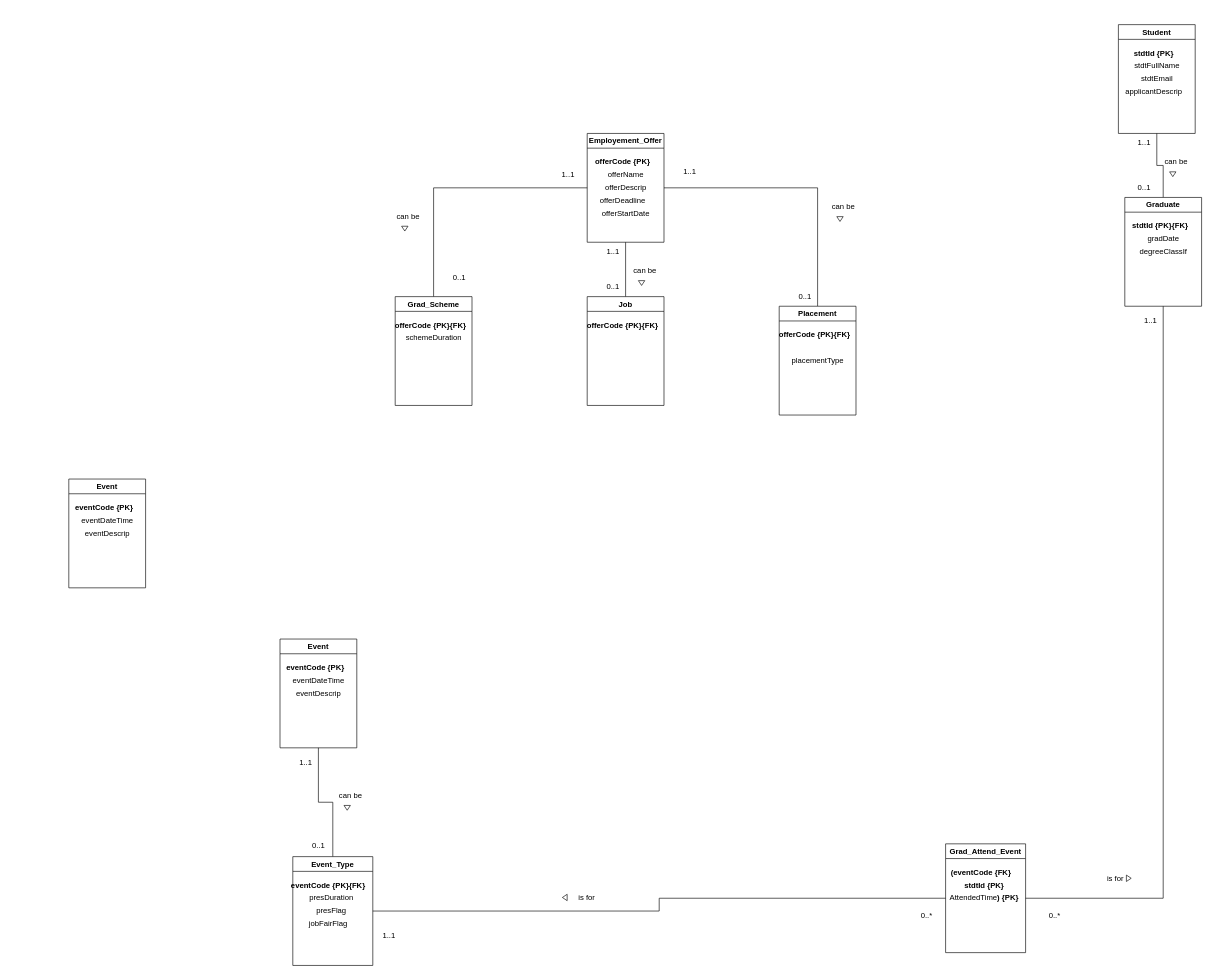
Above: futuro-conceptual-erd.drawio in Rumeasiyan/database-systems-IIT-Sri-Lanka (draw.io), before the change. Source tidied: cells renumbered, new cells numbered last; positions are measured from the earlier drawing's top-left corner, leaving out a move shared by most shapes. Both pictures are drawn from the tidied source at 64%, with x=0, y=0 at pixel (68, 24).
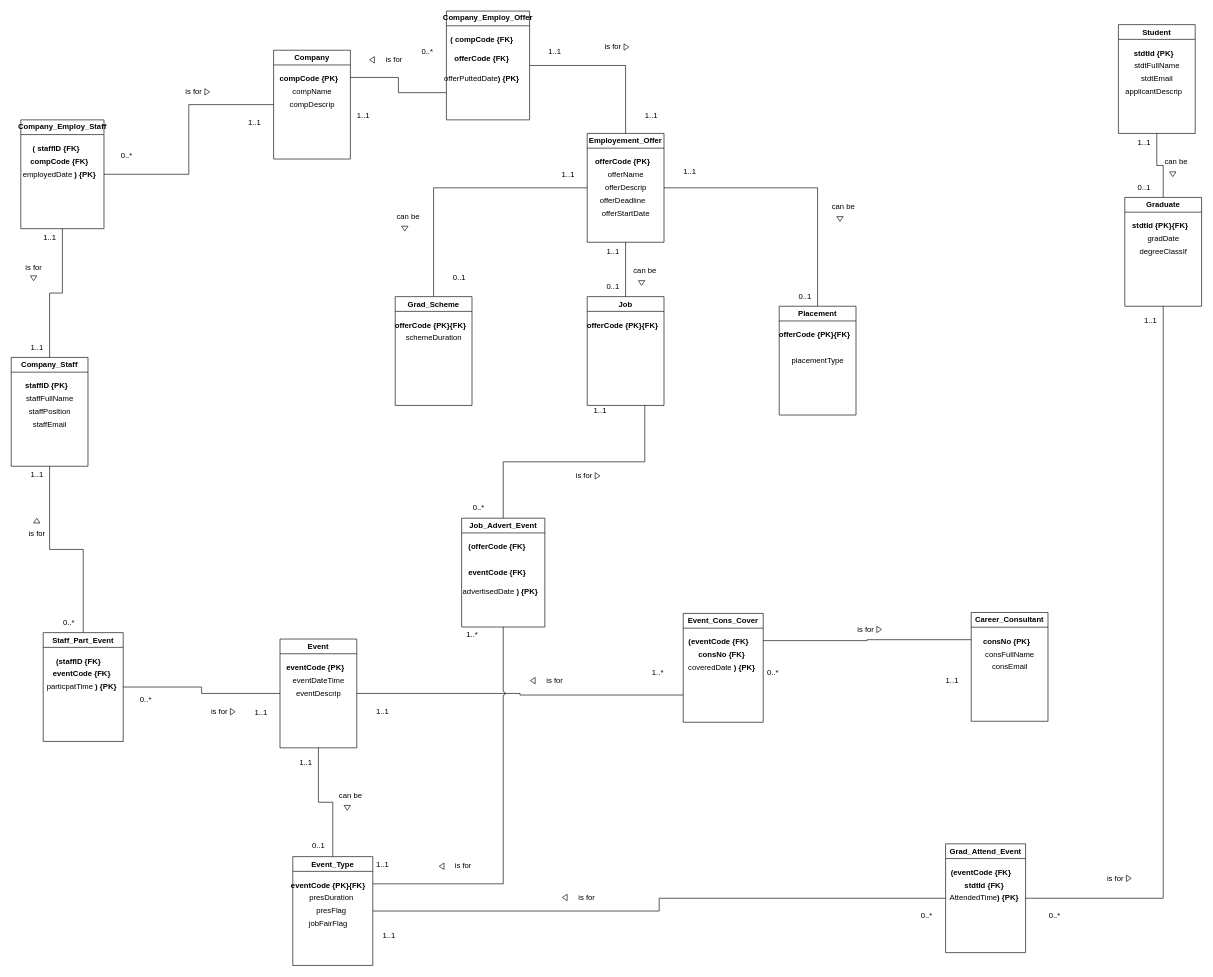
The same page after the edit.

Unchanged cells that the change refers to:
```xml
<mxCell id="19" value="Employement_Offer" style="swimlane;whiteSpace=wrap;html=1;" parent="1" vertex="1">
  <mxGeometry x="810" y="170" width="120" height="170" as="geometry" />
</mxCell>
<mxCell id="28" value="Job" style="swimlane;whiteSpace=wrap;html=1;" parent="1" vertex="1">
  <mxGeometry x="810" y="425" width="120" height="170" as="geometry" />
</mxCell>
<mxCell id="46" value="Event" style="swimlane;whiteSpace=wrap;html=1;" parent="1" vertex="1">
  <mxGeometry x="330" y="960" width="120" height="170" as="geometry" />
</mxCell>
<mxCell id="51" value="Event_Type" style="swimlane;whiteSpace=wrap;html=1;" parent="1" vertex="1">
  <mxGeometry x="350" y="1300" width="125" height="170" as="geometry" />
</mxCell>
<mxCell id="61" value="Grad_Attend_Event" style="swimlane;whiteSpace=wrap;html=1;" parent="1" vertex="1">
  <mxGeometry x="1370" y="1280" width="125" height="170" as="geometry" />
</mxCell>
```

The edit, as a diff of the source:
```diff
@@
+    <mxCell id="77" style="edgeStyle=orthogonalEdgeStyle;rounded=0;jettySize=auto;html=1;exitX=1;exitY=0.5;exitDx=0;exitDy=0;entryX=0;entryY=0.75;entryDx=0;entryDy=0;endArrow=none;endFill=0;jumpStyle=arc;" parent="1" edge="1" source="46" target="99">
+      <mxGeometry relative="1" as="geometry" />
+    </mxCell>
@@
+    <mxCell id="78" style="edgeStyle=orthogonalEdgeStyle;rounded=0;jettySize=auto;html=1;exitX=1;exitY=0.25;exitDx=0;exitDy=0;entryX=0.5;entryY=1;entryDx=0;entryDy=0;endArrow=none;endFill=0;jumpStyle=arc;" parent="1" edge="1" source="51" target="112">
+      <mxGeometry relative="1" as="geometry" />
+    </mxCell>
@@
-    <mxCell id="63" value="&lt;b style=&quot;border-color: var(--border-color);&quot;&gt;stdtId {PK}&lt;/b&gt;" style="text;html=1;align=center;verticalAlign=middle;strokeColor=none;fillColor=none;" parent="61" vertex="1">
-      <mxGeometry x="15" y="50" width="90" height="30" as="geometry" />
+    <mxCell id="63" value="&lt;b style=&quot;border-color: var(--border-color);&quot;&gt;stdtId {FK}&lt;/b&gt;" style="text;html=1;align=center;verticalAlign=middle;strokeColor=none;fillColor=none;" parent="61" vertex="1">
+      <mxGeometry x="20" y="50" width="80" height="30" as="geometry" />
     </mxCell>
@@
-    <mxCell id="73" value="Event" style="swimlane;whiteSpace=wrap;html=1;" parent="1" vertex="1">
-      <mxGeometry y="710" width="120" height="170" as="geometry" />
+    <mxCell id="73" value="Company_Staff" style="swimlane;whiteSpace=wrap;html=1;" parent="1" vertex="1">
+      <mxGeometry x="-90" y="520" width="120" height="170" as="geometry" />
     </mxCell>
-    <mxCell id="74" value="&lt;b&gt;eventCode {PK}&lt;/b&gt;" style="text;html=1;align=center;verticalAlign=middle;strokeColor=none;fillColor=none;" parent="73" vertex="1">
-      <mxGeometry y="30" width="110" height="30" as="geometry" />
+    <mxCell id="74" value="&lt;b&gt;staffID {PK}&lt;/b&gt;" style="text;html=1;align=center;verticalAlign=middle;strokeColor=none;fillColor=none;" parent="73" vertex="1">
+      <mxGeometry x="10" y="30" width="90" height="30" as="geometry" />
     </mxCell>
-    <mxCell id="75" value="eventDateTime" style="text;html=1;align=center;verticalAlign=middle;strokeColor=none;fillColor=none;" parent="73" vertex="1">
+    <mxCell id="75" value="staffFullName" style="text;html=1;align=center;verticalAlign=middle;strokeColor=none;fillColor=none;" parent="73" vertex="1">
       <mxGeometry x="10" y="50" width="100" height="30" as="geometry" />
     </mxCell>
-    <mxCell id="76" value="eventDescrip" style="text;html=1;align=center;verticalAlign=middle;strokeColor=none;fillColor=none;" parent="73" vertex="1">
+    <mxCell id="76" value="staffPosition" style="text;html=1;align=center;verticalAlign=middle;strokeColor=none;fillColor=none;" parent="73" vertex="1">
       <mxGeometry x="15" y="70" width="90" height="30" as="geometry" />
     </mxCell>
+    <mxCell id="79" value="staffEmail" style="text;html=1;align=center;verticalAlign=middle;strokeColor=none;fillColor=none;" parent="73" vertex="1">
+      <mxGeometry x="20" y="90" width="80" height="30" as="geometry" />
+    </mxCell>
+    <mxCell id="80" style="edgeStyle=orthogonalEdgeStyle;rounded=0;jettySize=auto;html=1;exitX=0.5;exitY=0;exitDx=0;exitDy=0;entryX=0.5;entryY=1;entryDx=0;entryDy=0;endArrow=none;endFill=0;jumpStyle=arc;" parent="1" edge="1" source="81" target="73">
+      <mxGeometry relative="1" as="geometry" />
+    </mxCell>
+    <mxCell id="81" value="Staff_Part_Event" style="swimlane;whiteSpace=wrap;html=1;startSize=23;" parent="1" vertex="1">
+      <mxGeometry x="-40" y="950" width="125" height="170" as="geometry" />
+    </mxCell>
+    <mxCell id="82" value="&lt;b&gt;(staffID {FK}&lt;/b&gt;" style="text;html=1;align=center;verticalAlign=middle;strokeColor=none;fillColor=none;" parent="81" vertex="1">
+      <mxGeometry x="10" y="30" width="90" height="30" as="geometry" />
+    </mxCell>
+    <mxCell id="83" value="&lt;b&gt;eventCode {FK}&lt;/b&gt;" style="text;html=1;align=center;verticalAlign=middle;strokeColor=none;fillColor=none;" parent="81" vertex="1">
+      <mxGeometry x="5" y="50" width="110" height="30" as="geometry" />
+    </mxCell>
+    <mxCell id="84" value="particpatTime &lt;b&gt;) {PK}&lt;/b&gt;" style="text;html=1;align=center;verticalAlign=middle;points=[];strokeColor=none;fillColor=none;" parent="81" vertex="1">
+      <mxGeometry x="-5" y="70" width="130" height="30" as="geometry" />
+    </mxCell>
+    <mxCell id="85" style="edgeStyle=orthogonalEdgeStyle;rounded=0;jettySize=auto;html=1;entryX=0;entryY=0.5;entryDx=0;entryDy=0;endArrow=none;endFill=0;jumpStyle=arc;" parent="1" edge="1" source="84" target="46">
+      <mxGeometry relative="1" as="geometry" />
+    </mxCell>
+    <mxCell id="86" value="1..1" style="text;html=1;align=center;verticalAlign=middle;strokeColor=none;fillColor=none;" parent="1" vertex="1">
+      <mxGeometry x="-70" y="688" width="40" height="30" as="geometry" />
+    </mxCell>
+    <mxCell id="87" value="1..1" style="text;html=1;align=center;verticalAlign=middle;strokeColor=none;fillColor=none;" parent="1" vertex="1">
+      <mxGeometry x="280" y="1060" width="40" height="30" as="geometry" />
+    </mxCell>
+    <mxCell id="88" value="0..*" style="text;html=1;align=center;verticalAlign=middle;strokeColor=none;fillColor=none;" parent="1" vertex="1">
+      <mxGeometry x="100" y="1040" width="40" height="30" as="geometry" />
+    </mxCell>
+    <mxCell id="89" value="0..*" style="text;html=1;align=center;verticalAlign=middle;strokeColor=none;fillColor=none;" parent="1" vertex="1">
+      <mxGeometry x="-20" y="920" width="40" height="30" as="geometry" />
+    </mxCell>
+    <mxCell id="90" value="is for" style="text;html=1;align=center;verticalAlign=middle;strokeColor=none;fillColor=none;rotation=0;" parent="1" vertex="1">
+      <mxGeometry x="-75" y="780" width="50" height="30" as="geometry" />
+    </mxCell>
+    <mxCell id="91" style="triangle;whiteSpace=wrap;html=1;direction=north;" parent="1" vertex="1">
+      <mxGeometry x="-55" y="771.2" width="10" height="7.5" as="geometry" />
+    </mxCell>
+    <mxCell id="92" value="is for" style="text;html=1;align=center;verticalAlign=middle;strokeColor=none;fillColor=none;rotation=0;" parent="1" vertex="1">
+      <mxGeometry x="210" y="1058.5" width="50" height="30" as="geometry" />
+    </mxCell>
+    <mxCell id="93" style="triangle;whiteSpace=wrap;html=1;direction=east;" parent="1" vertex="1">
+      <mxGeometry x="252.5" y="1068.5" width="7.5" height="10" as="geometry" />
+    </mxCell>
+    <mxCell id="94" value="Career_Consultant" style="swimlane;whiteSpace=wrap;html=1;" parent="1" vertex="1">
+      <mxGeometry x="1410" y="918.5" width="120" height="170" as="geometry" />
+    </mxCell>
+    <mxCell id="95" value="&lt;b&gt;consNo {PK}&lt;/b&gt;" style="text;html=1;align=center;verticalAlign=middle;strokeColor=none;fillColor=none;" parent="94" vertex="1">
+      <mxGeometry x="5" y="30" width="100" height="30" as="geometry" />
+    </mxCell>
+    <mxCell id="96" value="consFullName" style="text;html=1;align=center;verticalAlign=middle;strokeColor=none;fillColor=none;" parent="94" vertex="1">
+      <mxGeometry x="10" y="50" width="100" height="30" as="geometry" />
+    </mxCell>
+    <mxCell id="97" value="consEmail" style="text;html=1;align=center;verticalAlign=middle;strokeColor=none;fillColor=none;" parent="94" vertex="1">
+      <mxGeometry x="20" y="70" width="80" height="30" as="geometry" />
+    </mxCell>
+    <mxCell id="98" style="edgeStyle=orthogonalEdgeStyle;rounded=0;jettySize=auto;html=1;exitX=1;exitY=0.25;exitDx=0;exitDy=0;entryX=0;entryY=0.25;entryDx=0;entryDy=0;endArrow=none;endFill=0;jumpStyle=arc;" parent="1" edge="1" source="99" target="94">
+      <mxGeometry relative="1" as="geometry" />
+    </mxCell>
+    <mxCell id="99" value="Event_Cons_Cover" style="swimlane;whiteSpace=wrap;html=1;" parent="1" vertex="1">
+      <mxGeometry x="960" y="920" width="125" height="170" as="geometry" />
+    </mxCell>
+    <mxCell id="100" value="&lt;b&gt;(eventCode {FK}&lt;/b&gt;" style="text;html=1;align=center;verticalAlign=middle;strokeColor=none;fillColor=none;" parent="99" vertex="1">
+      <mxGeometry x="-5" y="30" width="120" height="30" as="geometry" />
+    </mxCell>
+    <mxCell id="101" value="&lt;b&gt;consNo {FK}&lt;/b&gt;" style="text;html=1;align=center;verticalAlign=middle;strokeColor=none;fillColor=none;" parent="99" vertex="1">
+      <mxGeometry x="10" y="50" width="100" height="30" as="geometry" />
+    </mxCell>
+    <mxCell id="102" value="coveredDate &lt;b&gt;) {PK}&lt;/b&gt;" style="text;html=1;align=center;verticalAlign=middle;strokeColor=none;fillColor=none;" parent="99" vertex="1">
+      <mxGeometry x="-5" y="70" width="130" height="30" as="geometry" />
+    </mxCell>
+    <mxCell id="103" value="0..*" style="text;html=1;align=center;verticalAlign=middle;strokeColor=none;fillColor=none;" parent="1" vertex="1">
+      <mxGeometry x="1080" y="998" width="40" height="30" as="geometry" />
+    </mxCell>
+    <mxCell id="104" value="1..*" style="text;html=1;align=center;verticalAlign=middle;strokeColor=none;fillColor=none;" parent="1" vertex="1">
+      <mxGeometry x="900" y="998" width="40" height="30" as="geometry" />
+    </mxCell>
+    <mxCell id="105" value="1..1" style="text;html=1;align=center;verticalAlign=middle;strokeColor=none;fillColor=none;" parent="1" vertex="1">
+      <mxGeometry x="470" y="1058" width="40" height="30" as="geometry" />
+    </mxCell>
+    <mxCell id="106" value="1..1" style="text;html=1;align=center;verticalAlign=middle;strokeColor=none;fillColor=none;" parent="1" vertex="1">
+      <mxGeometry x="1360" y="1010" width="40" height="30" as="geometry" />
+    </mxCell>
+    <mxCell id="107" style="triangle;whiteSpace=wrap;html=1;direction=west;" parent="1" vertex="1">
+      <mxGeometry x="721.2" y="1020" width="7.5" height="10" as="geometry" />
+    </mxCell>
+    <mxCell id="108" value="is for" style="text;html=1;align=center;verticalAlign=middle;strokeColor=none;fillColor=none;rotation=0;" parent="1" vertex="1">
+      <mxGeometry x="733.8" y="1010" width="50" height="30" as="geometry" />
+    </mxCell>
+    <mxCell id="109" value="is for" style="text;html=1;align=center;verticalAlign=middle;strokeColor=none;fillColor=none;rotation=0;" parent="1" vertex="1">
+      <mxGeometry x="1220" y="930" width="50" height="30" as="geometry" />
+    </mxCell>
+    <mxCell id="110" style="triangle;whiteSpace=wrap;html=1;direction=east;" parent="1" vertex="1">
+      <mxGeometry x="1262.5" y="940" width="7.5" height="10" as="geometry" />
+    </mxCell>
+    <mxCell id="111" style="edgeStyle=orthogonalEdgeStyle;rounded=0;jettySize=auto;html=1;exitX=0.5;exitY=0;exitDx=0;exitDy=0;entryX=0.75;entryY=1;entryDx=0;entryDy=0;endArrow=none;endFill=0;jumpStyle=arc;" parent="1" edge="1" source="112" target="28">
+      <mxGeometry relative="1" as="geometry" />
+    </mxCell>
+    <mxCell id="112" value="Job_Advert_Event" style="swimlane;whiteSpace=wrap;html=1;" parent="1" vertex="1">
+      <mxGeometry x="613.8" y="771.2" width="130" height="170" as="geometry" />
+    </mxCell>
+    <mxCell id="113" value="&lt;b style=&quot;border-color: var(--border-color);&quot;&gt;(offerCode {FK}&lt;/b&gt;" style="text;html=1;align=center;verticalAlign=middle;strokeColor=none;fillColor=none;" parent="112" vertex="1">
+      <mxGeometry y="30" width="110" height="30" as="geometry" />
+    </mxCell>
+    <mxCell id="114" value="&lt;b style=&quot;border-color: var(--border-color);&quot;&gt;eventCode {FK}&lt;/b&gt;" style="text;html=1;align=center;verticalAlign=middle;strokeColor=none;fillColor=none;" parent="112" vertex="1">
+      <mxGeometry y="70" width="110" height="30" as="geometry" />
+    </mxCell>
+    <mxCell id="115" value="advertisedDate &lt;b&gt;) {PK}&lt;/b&gt;" style="text;html=1;align=center;verticalAlign=middle;strokeColor=none;fillColor=none;" parent="112" vertex="1">
+      <mxGeometry x="-10" y="100" width="140" height="30" as="geometry" />
+    </mxCell>
+    <mxCell id="116" value="1..*" style="text;html=1;align=center;verticalAlign=middle;strokeColor=none;fillColor=none;" parent="1" vertex="1">
+      <mxGeometry x="610" y="938" width="40" height="30" as="geometry" />
+    </mxCell>
+    <mxCell id="117" value="0..*" style="text;html=1;align=center;verticalAlign=middle;strokeColor=none;fillColor=none;" parent="1" vertex="1">
+      <mxGeometry x="620" y="740" width="40" height="30" as="geometry" />
+    </mxCell>
+    <mxCell id="118" value="1..1" style="text;html=1;align=center;verticalAlign=middle;strokeColor=none;fillColor=none;" parent="1" vertex="1">
+      <mxGeometry x="810" y="588" width="40" height="30" as="geometry" />
+    </mxCell>
+    <mxCell id="119" value="1..1" style="text;html=1;align=center;verticalAlign=middle;strokeColor=none;fillColor=none;" parent="1" vertex="1">
+      <mxGeometry x="470" y="1298" width="40" height="30" as="geometry" />
+    </mxCell>
+    <mxCell id="120" value="is for" style="text;html=1;align=center;verticalAlign=middle;strokeColor=none;fillColor=none;rotation=0;" parent="1" vertex="1">
+      <mxGeometry x="591.2" y="1300" width="50" height="30" as="geometry" />
+    </mxCell>
+    <mxCell id="121" style="triangle;whiteSpace=wrap;html=1;direction=west;" parent="1" vertex="1">
+      <mxGeometry x="578.8" y="1310" width="7.5" height="10" as="geometry" />
+    </mxCell>
+    <mxCell id="122" value="is for" style="text;html=1;align=center;verticalAlign=middle;strokeColor=none;fillColor=none;rotation=0;" parent="1" vertex="1">
+      <mxGeometry x="780" y="690" width="50" height="30" as="geometry" />
+    </mxCell>
+    <mxCell id="123" style="triangle;whiteSpace=wrap;html=1;direction=east;" parent="1" vertex="1">
+      <mxGeometry x="822.5" y="700" width="7.5" height="10" as="geometry" />
+    </mxCell>
+    <mxCell id="124" style="edgeStyle=orthogonalEdgeStyle;rounded=0;jettySize=auto;html=1;exitX=0.5;exitY=1;exitDx=0;exitDy=0;entryX=0.5;entryY=0;entryDx=0;entryDy=0;endArrow=none;endFill=0;jumpStyle=arc;" parent="1" edge="1" source="125" target="73">
+      <mxGeometry relative="1" as="geometry" />
+    </mxCell>
+    <mxCell id="125" value="Company_Employ_Staff" style="swimlane;whiteSpace=wrap;html=1;" parent="1" vertex="1">
+      <mxGeometry x="-75" y="148.8" width="130" height="170" as="geometry" />
+    </mxCell>
+    <mxCell id="126" value="&lt;b&gt;( staffID {FK}&lt;/b&gt;" style="text;html=1;align=center;verticalAlign=middle;strokeColor=none;fillColor=none;" parent="125" vertex="1">
+      <mxGeometry x="5" y="30" width="100" height="30" as="geometry" />
+    </mxCell>
+    <mxCell id="127" value="&lt;b style=&quot;border-color: var(--border-color);&quot;&gt;compCode {FK}&lt;/b&gt;" style="text;html=1;align=center;verticalAlign=middle;strokeColor=none;fillColor=none;" parent="125" vertex="1">
+      <mxGeometry x="5" y="50" width="110" height="30" as="geometry" />
+    </mxCell>
+    <mxCell id="128" value="employedDate &lt;b&gt;) {PK}&lt;/b&gt;" style="text;html=1;align=center;verticalAlign=middle;points=[];strokeColor=none;fillColor=none;" parent="125" vertex="1">
+      <mxGeometry x="-10" y="70" width="140" height="30" as="geometry" />
+    </mxCell>
+    <mxCell id="129" value="Company" style="swimlane;whiteSpace=wrap;html=1;" parent="1" vertex="1">
+      <mxGeometry x="320" y="40" width="120" height="170" as="geometry" />
+    </mxCell>
+    <mxCell id="130" value="&lt;b&gt;compCode {PK}&lt;/b&gt;" style="text;html=1;align=center;verticalAlign=middle;strokeColor=none;fillColor=none;" parent="129" vertex="1">
+      <mxGeometry y="30" width="110" height="30" as="geometry" />
+    </mxCell>
+    <mxCell id="131" value="compName" style="text;html=1;align=center;verticalAlign=middle;strokeColor=none;fillColor=none;" parent="129" vertex="1">
+      <mxGeometry x="20" y="50" width="80" height="30" as="geometry" />
+    </mxCell>
+    <mxCell id="132" value="compDescrip" style="text;html=1;align=center;verticalAlign=middle;strokeColor=none;fillColor=none;" parent="129" vertex="1">
+      <mxGeometry x="15" y="70" width="90" height="30" as="geometry" />
+    </mxCell>
+    <mxCell id="133" style="triangle;whiteSpace=wrap;html=1;direction=south;" parent="1" vertex="1">
+      <mxGeometry x="-60" y="392.5" width="10" height="7.5" as="geometry" />
+    </mxCell>
+    <mxCell id="134" value="is for" style="text;html=1;align=center;verticalAlign=middle;strokeColor=none;fillColor=none;rotation=0;" parent="1" vertex="1">
+      <mxGeometry x="-80" y="365" width="50" height="30" as="geometry" />
+    </mxCell>
+    <mxCell id="135" style="edgeStyle=orthogonalEdgeStyle;rounded=0;jettySize=auto;html=1;entryX=0;entryY=0.5;entryDx=0;entryDy=0;endArrow=none;endFill=0;jumpStyle=arc;" parent="1" edge="1" source="128" target="129">
+      <mxGeometry relative="1" as="geometry" />
+    </mxCell>
+    <mxCell id="136" value="is for" style="text;html=1;align=center;verticalAlign=middle;strokeColor=none;fillColor=none;rotation=0;" parent="1" vertex="1">
+      <mxGeometry x="170" y="90" width="50" height="30" as="geometry" />
+    </mxCell>
+    <mxCell id="137" style="triangle;whiteSpace=wrap;html=1;direction=east;" parent="1" vertex="1">
+      <mxGeometry x="212.5" y="100" width="7.5" height="10" as="geometry" />
+    </mxCell>
+    <mxCell id="138" value="1..1" style="text;html=1;align=center;verticalAlign=middle;strokeColor=none;fillColor=none;" parent="1" vertex="1">
+      <mxGeometry x="-50" y="318" width="40" height="30" as="geometry" />
+    </mxCell>
+    <mxCell id="139" value="0..*" style="text;html=1;align=center;verticalAlign=middle;strokeColor=none;fillColor=none;" parent="1" vertex="1">
+      <mxGeometry x="70" y="190" width="40" height="30" as="geometry" />
+    </mxCell>
+    <mxCell id="140" value="1..1" style="text;html=1;align=center;verticalAlign=middle;strokeColor=none;fillColor=none;" parent="1" vertex="1">
+      <mxGeometry x="-70" y="490" width="40" height="30" as="geometry" />
+    </mxCell>
+    <mxCell id="141" value="1..1" style="text;html=1;align=center;verticalAlign=middle;strokeColor=none;fillColor=none;" parent="1" vertex="1">
+      <mxGeometry x="270" y="138" width="40" height="30" as="geometry" />
+    </mxCell>
+    <mxCell id="142" style="edgeStyle=orthogonalEdgeStyle;rounded=0;jettySize=auto;html=1;exitX=1;exitY=0.5;exitDx=0;exitDy=0;endArrow=none;endFill=0;jumpStyle=arc;" parent="1" edge="1" source="144" target="19">
+      <mxGeometry relative="1" as="geometry" />
+    </mxCell>
+    <mxCell id="143" style="edgeStyle=orthogonalEdgeStyle;rounded=0;jettySize=auto;html=1;exitX=0;exitY=0.75;exitDx=0;exitDy=0;entryX=1;entryY=0.25;entryDx=0;entryDy=0;endArrow=none;endFill=0;jumpStyle=arc;" parent="1" edge="1" source="144" target="129">
+      <mxGeometry relative="1" as="geometry" />
+    </mxCell>
+    <mxCell id="144" value="Company_Employ_Offer" style="swimlane;whiteSpace=wrap;html=1;" parent="1" vertex="1">
+      <mxGeometry x="590" y="-21.2" width="130" height="170" as="geometry" />
+    </mxCell>
+    <mxCell id="145" value="&lt;b&gt;( compCode {FK}&lt;/b&gt;" style="text;html=1;align=center;verticalAlign=middle;strokeColor=none;fillColor=none;" parent="144" vertex="1">
+      <mxGeometry x="-5" y="30" width="120" height="30" as="geometry" />
+    </mxCell>
+    <mxCell id="146" value="offerPuttedDate&lt;b&gt;) {PK}&lt;/b&gt;" style="text;html=1;align=center;verticalAlign=middle;strokeColor=none;fillColor=none;" parent="144" vertex="1">
+      <mxGeometry x="-15" y="90" width="140" height="30" as="geometry" />
+    </mxCell>
+    <mxCell id="147" value="&lt;b&gt;offerCode {FK}&lt;/b&gt;" style="text;html=1;align=center;verticalAlign=middle;strokeColor=none;fillColor=none;" parent="144" vertex="1">
+      <mxGeometry y="60" width="110" height="30" as="geometry" />
+    </mxCell>
+    <mxCell id="148" value="1..1" style="text;html=1;align=center;verticalAlign=middle;strokeColor=none;fillColor=none;" parent="1" vertex="1">
+      <mxGeometry x="440" y="128" width="40" height="30" as="geometry" />
+    </mxCell>
+    <mxCell id="149" value="1..1" style="text;html=1;align=center;verticalAlign=middle;strokeColor=none;fillColor=none;" parent="1" vertex="1">
+      <mxGeometry x="890" y="128" width="40" height="30" as="geometry" />
+    </mxCell>
+    <mxCell id="150" value="0..*" style="text;html=1;align=center;verticalAlign=middle;strokeColor=none;fillColor=none;" parent="1" vertex="1">
+      <mxGeometry x="540" y="28" width="40" height="30" as="geometry" />
+    </mxCell>
+    <mxCell id="151" value="1..1" style="text;html=1;align=center;verticalAlign=middle;strokeColor=none;fillColor=none;" parent="1" vertex="1">
+      <mxGeometry x="738.8" y="28" width="40" height="30" as="geometry" />
+    </mxCell>
+    <mxCell id="152" value="is for" style="text;html=1;align=center;verticalAlign=middle;strokeColor=none;fillColor=none;rotation=0;" parent="1" vertex="1">
+      <mxGeometry x="482.5" y="40" width="50" height="30" as="geometry" />
+    </mxCell>
+    <mxCell id="153" style="triangle;whiteSpace=wrap;html=1;direction=west;" parent="1" vertex="1">
+      <mxGeometry x="470" y="50" width="7.5" height="10" as="geometry" />
+    </mxCell>
+    <mxCell id="154" value="is for" style="text;html=1;align=center;verticalAlign=middle;strokeColor=none;fillColor=none;rotation=0;" parent="1" vertex="1">
+      <mxGeometry x="825" y="20" width="50" height="30" as="geometry" />
+    </mxCell>
+    <mxCell id="155" style="triangle;whiteSpace=wrap;html=1;direction=east;" parent="1" vertex="1">
+      <mxGeometry x="867.5" y="30" width="7.5" height="10" as="geometry" />
+    </mxCell>
```
